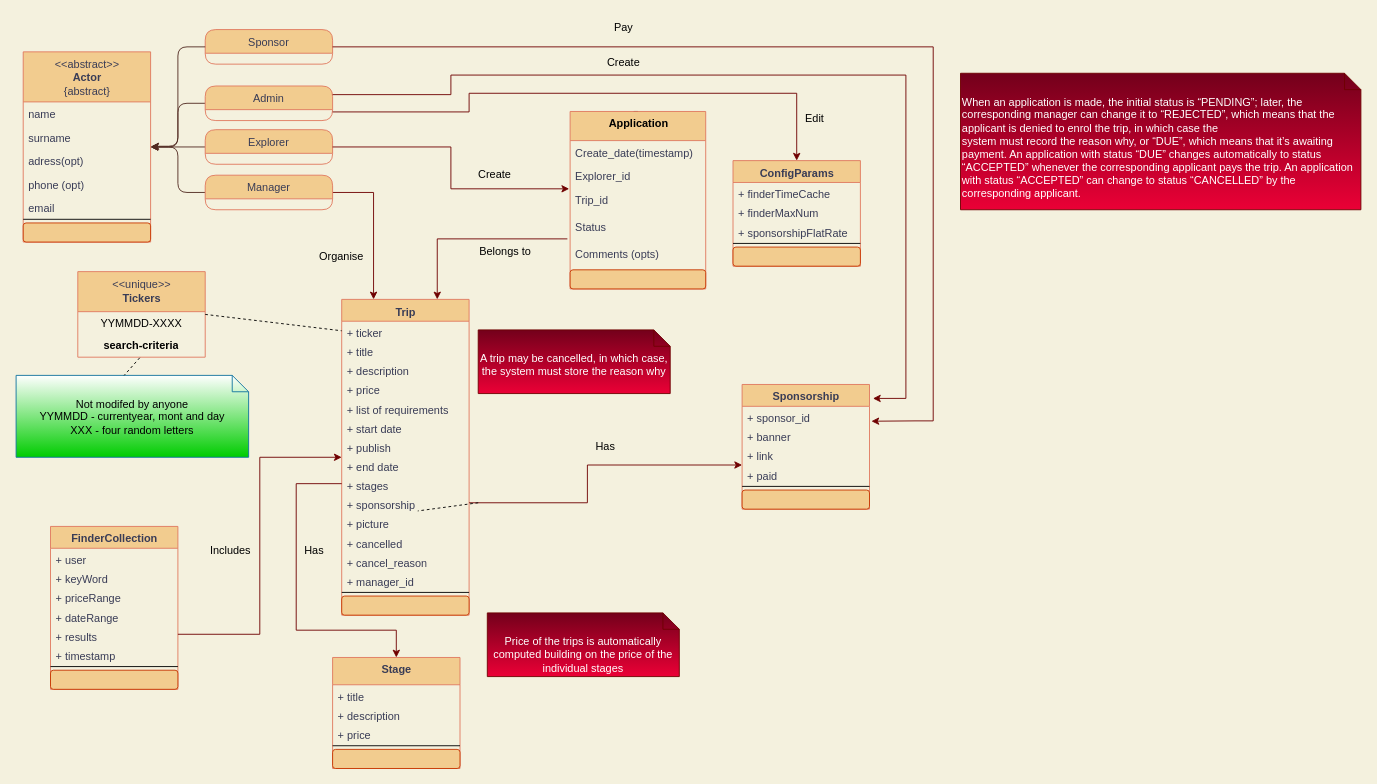
The draw.io diagram base.drawio in jossanlop/ACME-Explorer-6, before the edit. Source tidied: cells renumbered, new cells numbered last; positions are measured from the earlier drawing's top-left corner, leaving out a move shared by most shapes. Both pictures are drawn from the tidied source at 91%, with x=0, y=0 at pixel (15, 15).
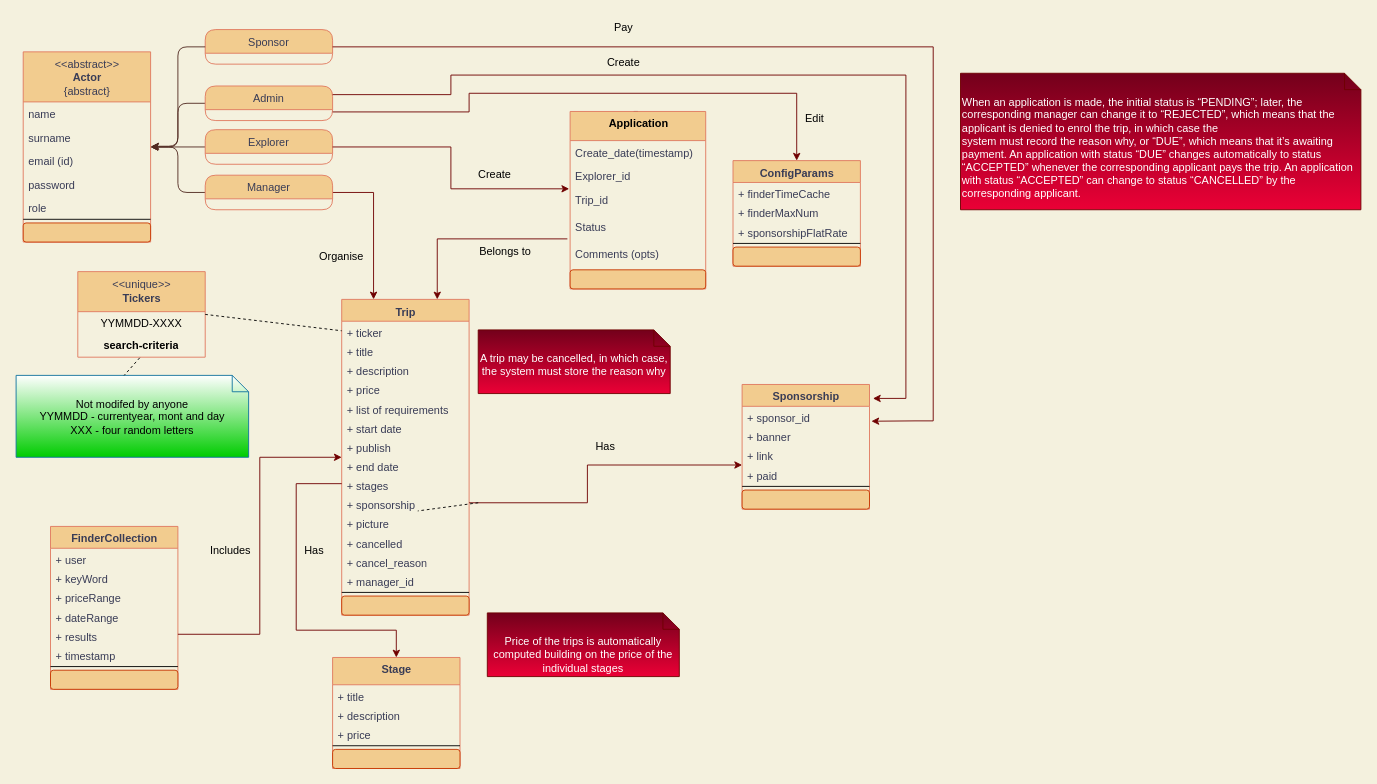
Above is the later version.

Commit message:
data model fixed

The change refers to these unchanged cells:
```xml
<mxCell id="13" value="&amp;lt;&amp;lt;abstract&amp;gt;&amp;gt;&lt;br&gt;&lt;b&gt;Actor&lt;/b&gt;&lt;br&gt;{abstract}" style="swimlane;fontStyle=0;align=center;verticalAlign=top;horizontal=1;startSize=55;html=1;rounded=0;labelBackgroundColor=none;sketch=0;strokeColor=#E07A5F;fillColor=#F2CC8F;fontColor=#393C56;" parent="1" vertex="1">
  <mxGeometry x="8" y="39.5" width="140" height="209" as="geometry" />
</mxCell>
```

Change to the diagram source:
```diff
@@
-    <mxCell id="16" value="adress(opt)" style="text;strokeColor=none;fillColor=none;align=left;verticalAlign=top;spacingLeft=4;spacingRight=4;overflow=hidden;rounded=1;fontColor=#393C56;" parent="13" vertex="1">
+    <mxCell id="16" value="email (id)" style="text;strokeColor=none;fillColor=none;align=left;verticalAlign=top;spacingLeft=4;spacingRight=4;overflow=hidden;rounded=1;fontColor=#393C56;" parent="13" vertex="1">
       <mxGeometry y="107" width="140" height="26" as="geometry" />
     </mxCell>
-    <mxCell id="17" value="phone (opt)" style="text;strokeColor=none;fillColor=none;align=left;verticalAlign=top;spacingLeft=4;spacingRight=4;overflow=hidden;rounded=1;fontColor=#393C56;" parent="13" vertex="1">
+    <mxCell id="17" value="password" style="text;strokeColor=none;fillColor=none;align=left;verticalAlign=top;spacingLeft=4;spacingRight=4;overflow=hidden;rounded=1;fontColor=#393C56;" parent="13" vertex="1">
       <mxGeometry y="133" width="140" height="26" as="geometry" />
     </mxCell>
-    <mxCell id="18" value="email" style="text;strokeColor=none;fillColor=none;align=left;verticalAlign=top;spacingLeft=4;spacingRight=4;overflow=hidden;rounded=1;fontColor=#393C56;" parent="13" vertex="1">
+    <mxCell id="18" value="role" style="text;strokeColor=none;fillColor=none;align=left;verticalAlign=top;spacingLeft=4;spacingRight=4;overflow=hidden;rounded=1;fontColor=#393C56;" parent="13" vertex="1">
       <mxGeometry y="159" width="140" height="21" as="geometry" />
     </mxCell>
```
